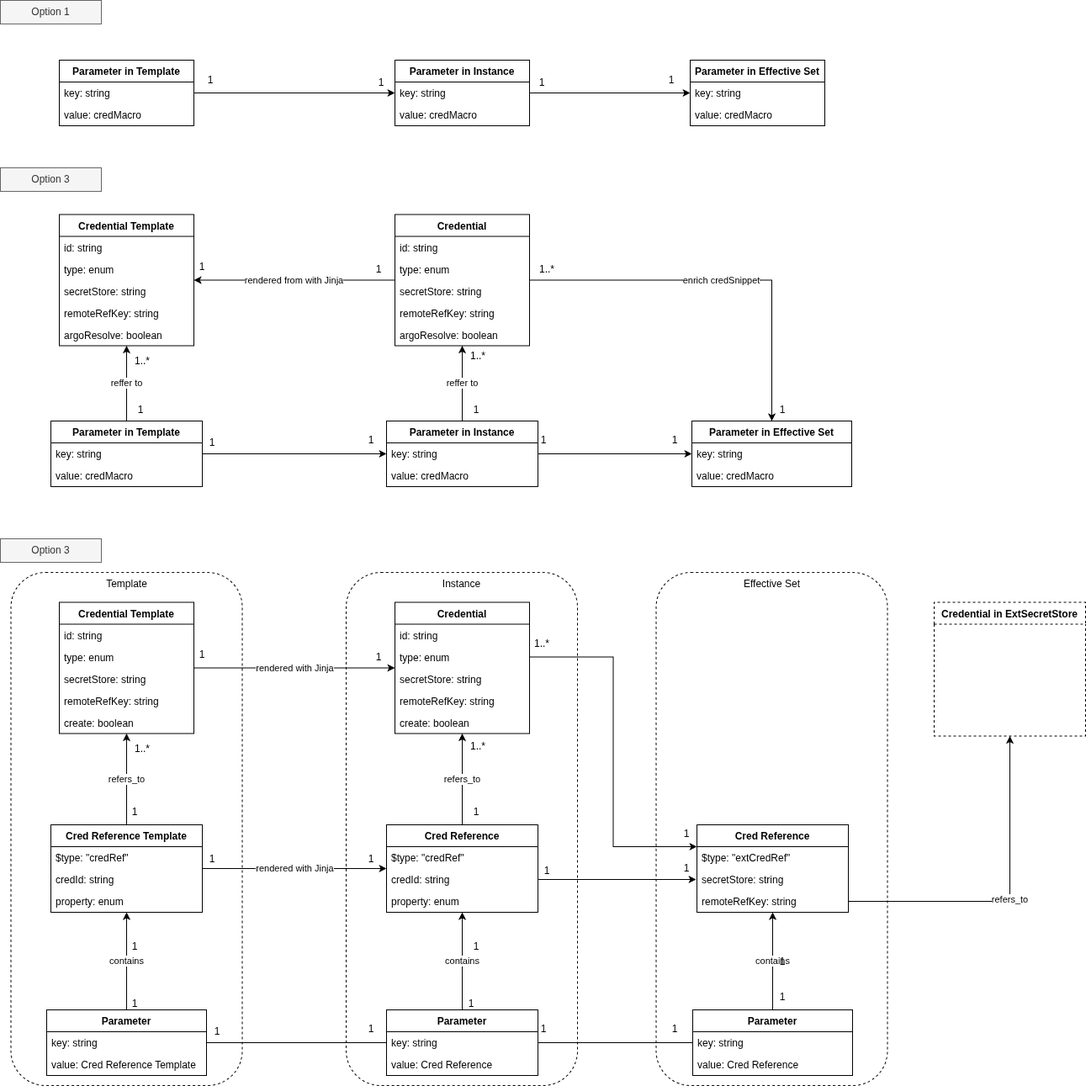
Before: docs/images/external-cred.png, a diagram exported from draw.io (Netcracker/qubership-envgene). Source tidied: cells renumbered, new cells last; positions are measured from the earlier drawing's top-left corner, leaving out a move shared by most shapes.
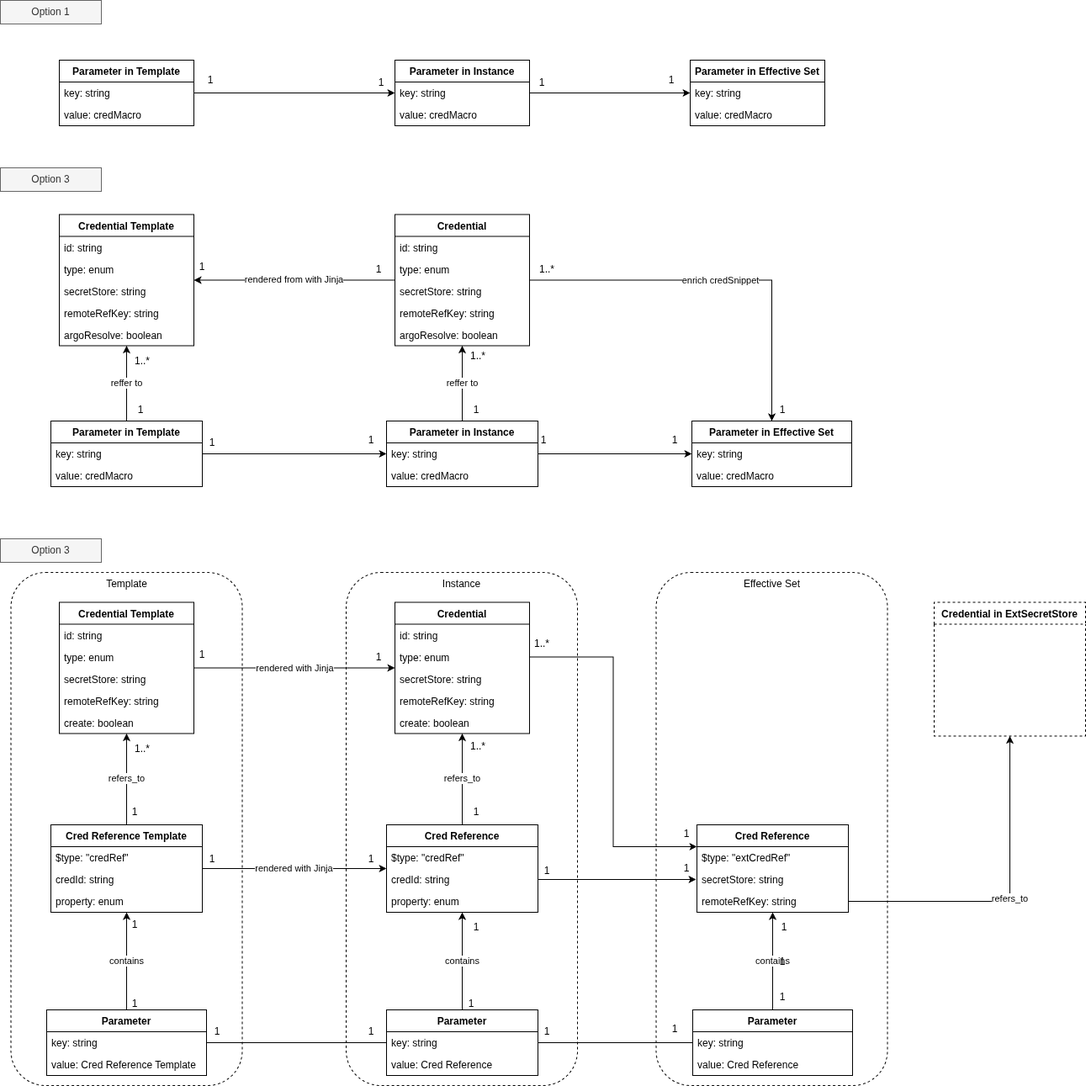
After the commit.

The edit, as a diff of the source:
```diff
@@ -177,10 +177,10 @@
       <mxGeometry x="614" y="83" width="60" height="30" as="geometry" />
     </mxCell>
     <mxCell id="60" value="1" style="text;html=1;whiteSpace=wrap;strokeColor=none;fillColor=none;align=center;verticalAlign=middle;rounded=0;" parent="1" vertex="1">
-      <mxGeometry x="616" y="1208" width="60" height="30" as="geometry" />
+      <mxGeometry x="620" y="1211" width="60" height="30" as="geometry" />
     </mxCell>
     <mxCell id="61" value="1" style="text;html=1;whiteSpace=wrap;strokeColor=none;fillColor=none;align=center;verticalAlign=middle;rounded=0;" parent="1" vertex="1">
-      <mxGeometry x="411" y="1208" width="60" height="30" as="geometry" />
+      <mxGeometry x="411" y="1211" width="60" height="30" as="geometry" />
     </mxCell>
     <mxCell id="62" value="1" style="text;html=1;whiteSpace=wrap;strokeColor=none;fillColor=none;align=center;verticalAlign=middle;rounded=0;" parent="1" vertex="1">
       <mxGeometry x="227.5" y="1211" width="60" height="30" as="geometry" />
@@ -324,7 +324,7 @@
       <mxGeometry x="130" y="1178" width="60" height="30" as="geometry" />
     </mxCell>
     <mxCell id="109" value="1" style="text;html=1;whiteSpace=wrap;strokeColor=none;fillColor=none;align=center;verticalAlign=middle;rounded=0;" parent="1" vertex="1">
-      <mxGeometry x="130" y="1110" width="60" height="30" as="geometry" />
+      <mxGeometry x="130" y="1084" width="60" height="30" as="geometry" />
     </mxCell>
     <mxCell id="110" value="refers_to" style="edgeStyle=orthogonalEdgeStyle;rounded=0;jettySize=auto;html=1;" parent="1" edge="1" source="111" target="17">
       <mxGeometry relative="1" as="geometry" />
@@ -345,7 +345,7 @@
       <mxGeometry x="530" y="1178" width="60" height="30" as="geometry" />
     </mxCell>
     <mxCell id="116" value="&lt;span style=&quot;font-weight: normal;&quot;&gt;1&lt;/span&gt;" style="text;html=1;whiteSpace=wrap;strokeColor=none;fillColor=none;align=center;verticalAlign=middle;rounded=0;fontStyle=1;" parent="1" vertex="1">
-      <mxGeometry x="536" y="1110" width="60" height="30" as="geometry" />
+      <mxGeometry x="536" y="1087" width="60" height="30" as="geometry" />
     </mxCell>
     <mxCell id="117" value="Cred Reference" style="swimlane;fontStyle=1;align=center;verticalAlign=top;horizontal=1;startSize=26;whiteSpace=wrap;html=1;" parent="1" vertex="1">
       <mxGeometry x="828" y="980" width="180" height="104" as="geometry" />
@@ -388,5 +388,8 @@
     <mxCell id="129" value="1" style="text;html=1;whiteSpace=wrap;strokeColor=none;fillColor=none;align=center;verticalAlign=middle;rounded=0;" parent="1" vertex="1">
       <mxGeometry x="411" y="1006" width="60" height="30" as="geometry" />
     </mxCell>
+    <mxCell id="130" value="1" style="text;html=1;whiteSpace=wrap;strokeColor=none;fillColor=none;align=center;verticalAlign=middle;rounded=0;" parent="1" vertex="1">
+      <mxGeometry x="902" y="1087" width="60" height="30" as="geometry" />
+    </mxCell>
   </root>
 </mxGraphModel>
```
